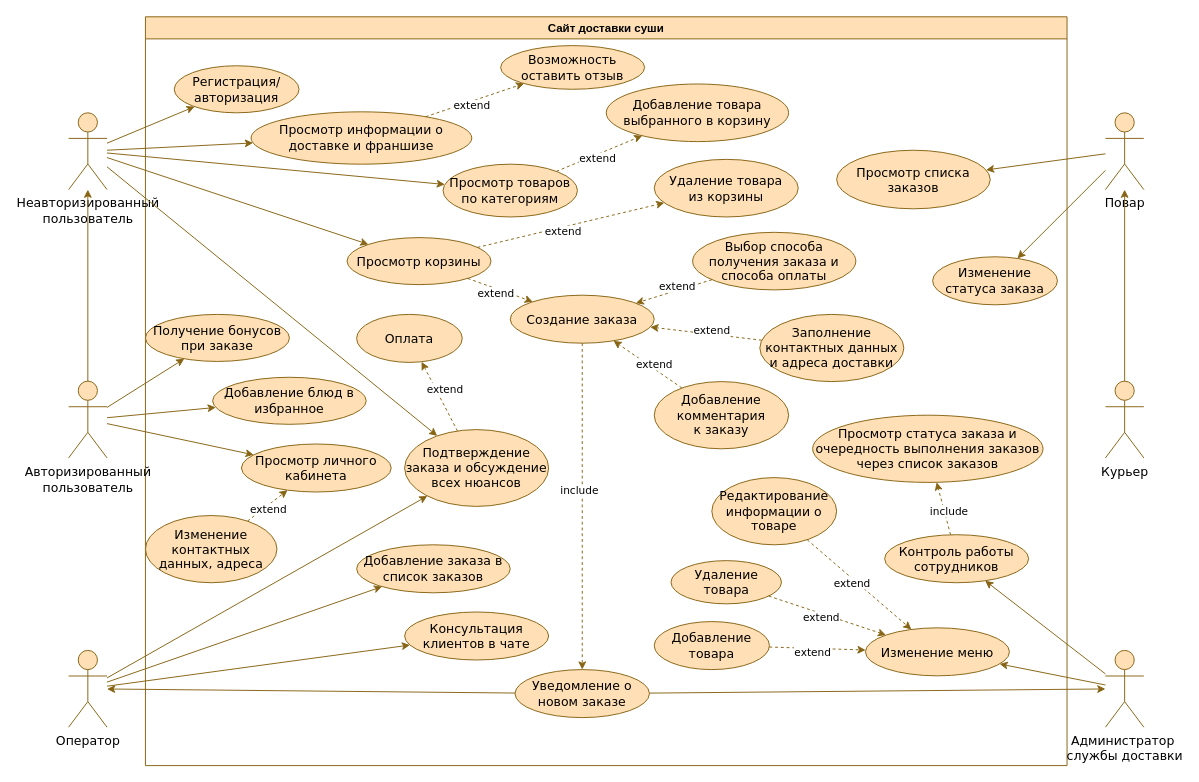
Before: Диаграмма доставки суши.drawio in Karidess/Usecase_diagramma, a draw.io diagram. Source tidied: cells renumbered, new cells numbered last; positions are measured from the earlier drawing's top-left corner, leaving out a move shared by most shapes. Both pictures are drawn from the tidied source at 96%, with x=0, y=0 at pixel (68, 16).
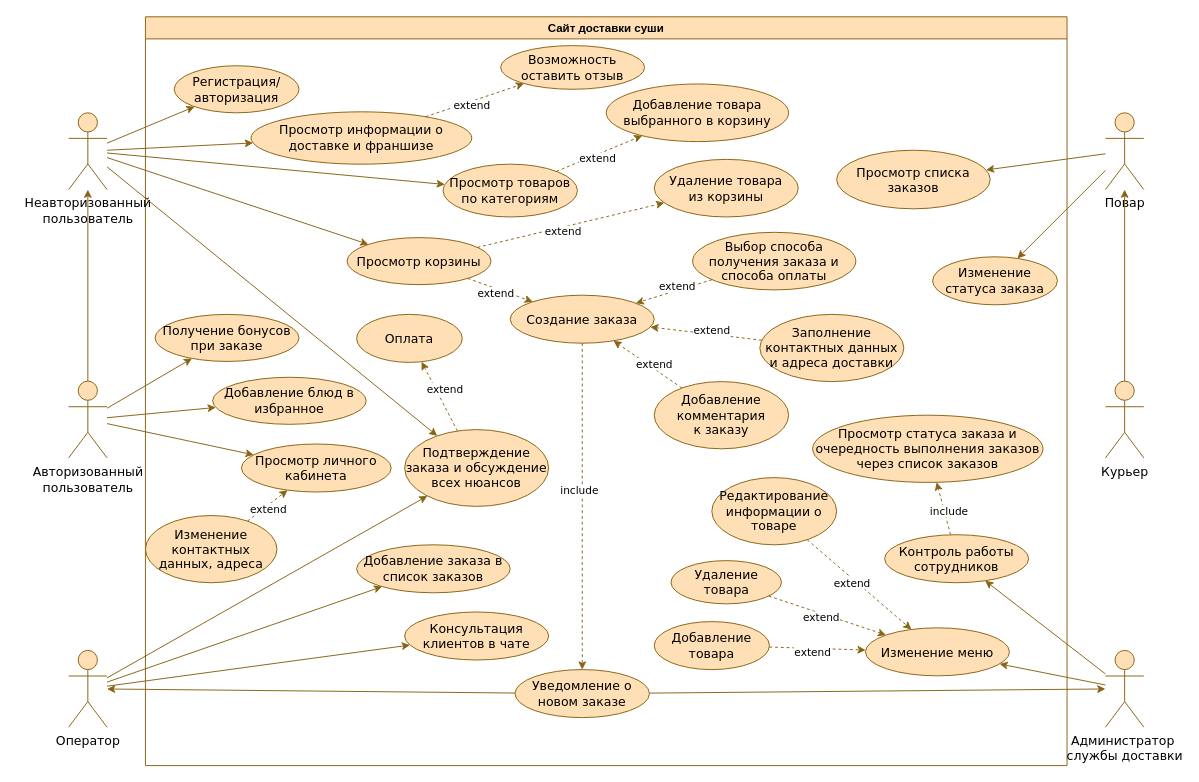
Above is the later version.

The change refers to these unchanged cells:
```xml
<mxCell id="2" value="Сайт доставки суши" style="swimlane;whiteSpace=wrap;html=1;fillColor=#FFDFB5;strokeColor=#876413;" parent="1" vertex="1">
  <mxGeometry x="80" width="960" height="780" as="geometry" />
</mxCell>
```

Diff of the diagram source:
```diff
@@
     <mxCell id="36" value="&lt;font face=&quot;Verdana&quot; style=&quot;font-size: 13px;&quot;&gt;Получение бонусов при заказе&lt;br&gt;&lt;/font&gt;" style="ellipse;whiteSpace=wrap;html=1;strokeColor=#876413;fillColor=#FFDFB5;" parent="2" vertex="1">
-      <mxGeometry y="310" width="150" height="49" as="geometry" />
+      <mxGeometry x="10" y="310" width="150" height="49" as="geometry" />
     </mxCell>
@@
-    <mxCell id="60" value="Неавторизированный&lt;br&gt;пользователь" style="shape=umlActor;verticalLabelPosition=bottom;verticalAlign=top;html=1;outlineConnect=0;strokeColor=#876413;fontFamily=Verdana;fontSize=13;fillColor=#FFDFB5;" parent="1" vertex="1">
+    <mxCell id="60" value="Неавторизованный&lt;br&gt;пользователь" style="shape=umlActor;verticalLabelPosition=bottom;verticalAlign=top;html=1;outlineConnect=0;strokeColor=#876413;fontFamily=Verdana;fontSize=13;fillColor=#FFDFB5;" parent="1" vertex="1">
       <mxGeometry y="100" width="40" height="80" as="geometry" />
     </mxCell>
@@
-    <mxCell id="76" value="Авторизированный&lt;br&gt;пользователь" style="shape=umlActor;verticalLabelPosition=bottom;verticalAlign=top;html=1;outlineConnect=0;strokeColor=#876413;fontFamily=Verdana;fontSize=13;fillColor=#FFDFB5;" parent="1" vertex="1">
+    <mxCell id="76" value="Авторизованный&lt;br&gt;пользователь" style="shape=umlActor;verticalLabelPosition=bottom;verticalAlign=top;html=1;outlineConnect=0;strokeColor=#876413;fontFamily=Verdana;fontSize=13;fillColor=#FFDFB5;" parent="1" vertex="1">
       <mxGeometry y="379.5" width="40" height="80" as="geometry" />
     </mxCell>
```
